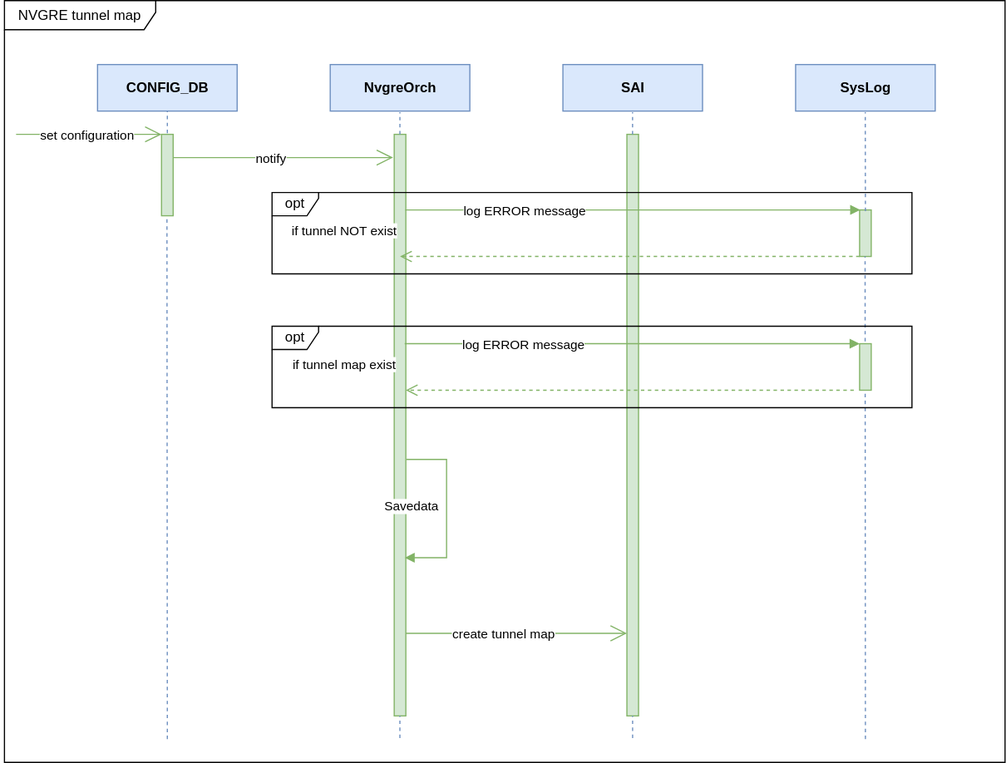
Earlier version of the draw.io export doc/nvgre_tunnel/images/nvgre_tunnel_map_create_uml.svg (sonic-net/SONiC). Source tidied: cells renumbered, new cells last; positions are measured from the earlier drawing's top-left corner, leaving out a move shared by most shapes.
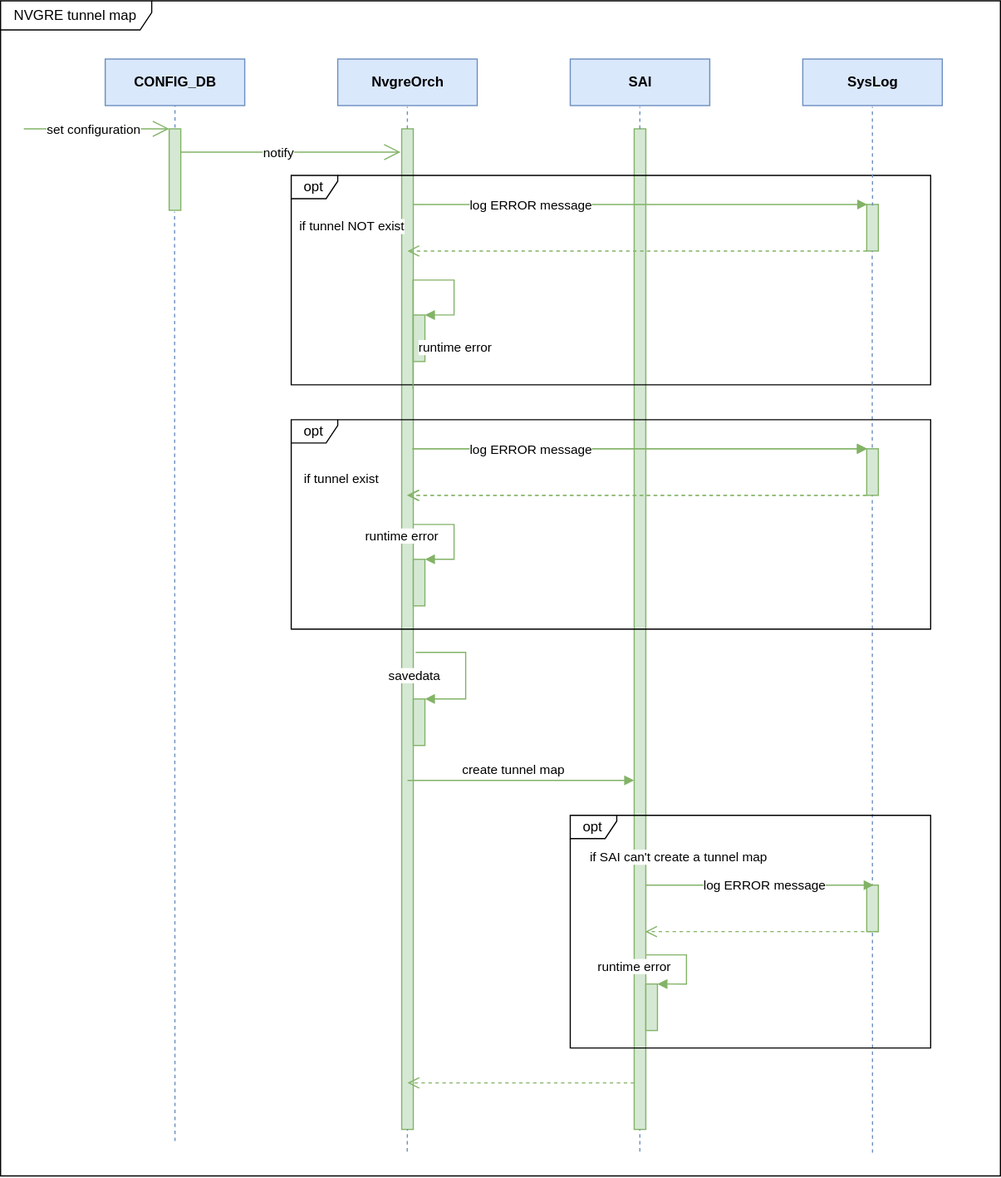
Above is the later version.

What changed in the source:
```diff
@@ -26,19 +26,8 @@
       </mxGeometry>
     </mxCell>
     <mxCell id="8" style="html=1;points=[];perimeter=orthogonalPerimeter;fillColor=#d5e8d4;strokeColor=#82b366;" parent="1" vertex="1">
-      <mxGeometry x="335" y="115" width="10" height="500" as="geometry" />
+      <mxGeometry x="335" y="115" width="10" height="860" as="geometry" />
     </mxCell>
-    <mxCell id="9" value="Savedata" style="edgeStyle=orthogonalEdgeStyle;html=1;align=left;spacingLeft=2;endArrow=block;rounded=0;shadow=0;fillColor=#d5e8d4;strokeColor=#82b366;exitX=1.056;exitY=0.559;exitDx=0;exitDy=0;exitPerimeter=0;" parent="1" edge="1" source="8">
-      <mxGeometry x="-0.97" y="-47" relative="1" as="geometry">
-        <mxPoint x="344" y="479" as="targetPoint" />
-        <Array as="points">
-          <mxPoint x="380" y="395" />
-          <mxPoint x="380" y="479" />
-          <mxPoint x="344" y="479" />
-        </Array>
-        <mxPoint x="-25" y="-7" as="offset" />
-      </mxGeometry>
-    </mxCell>
     <mxCell id="10" style="endArrow=open;endFill=1;endSize=12;html=1;fillColor=#d5e8d4;strokeColor=#82b366;" parent="1" edge="1">
       <mxGeometry relative="1" as="geometry">
         <mxPoint x="145" y="135" as="sourcePoint" />
@@ -51,21 +40,10 @@
       </mxGeometry>
     </mxCell>
     <mxCell id="12" style="html=1;perimeter=orthogonalPerimeter;fillColor=#d5e8d4;strokeColor=#82b366;" parent="1" vertex="1">
-      <mxGeometry x="535" y="115" width="10" height="500" as="geometry" />
+      <mxGeometry x="535" y="115" width="10" height="860" as="geometry" />
     </mxCell>
-    <mxCell id="13" style="endArrow=open;endFill=1;endSize=12;html=1;fillColor=#d5e8d4;strokeColor=#82b366;" parent="1" edge="1">
-      <mxGeometry relative="1" as="geometry">
-        <mxPoint x="345" y="544" as="sourcePoint" />
-        <mxPoint x="535" y="544" as="targetPoint" />
-      </mxGeometry>
-    </mxCell>
-    <mxCell id="14" value="create tunnel map" style="edgeLabel;html=1;align=center;verticalAlign=middle;" parent="13" vertex="1">
-      <mxGeometry x="-0.28" y="3" relative="1" as="geometry">
-        <mxPoint x="15" y="3" as="offset" />
-      </mxGeometry>
-    </mxCell>
     <mxCell id="15" value="opt" style="shape=umlFrame;whiteSpace=wrap;html=1;width=40;height=20;fillColor=#FFFFFF;" parent="1" vertex="1">
-      <mxGeometry x="230" y="165" width="550" height="70" as="geometry" />
+      <mxGeometry x="240" y="155" width="550" height="180" as="geometry" />
     </mxCell>
     <mxCell id="16" value="if tunnel NOT exist" style="edgeLabel;html=1;align=center;verticalAlign=middle;" parent="1" vertex="1">
       <mxGeometry x="290" y="200" as="geometry">
@@ -119,55 +97,164 @@
     </mxCell>
     <mxCell id="25" style="endArrow=none;dashed=1;html=1;shadow=0;fillColor=#dae8fc;strokeColor=#6c8ebf;" parent="1" edge="1">
       <mxGeometry relative="1" as="geometry">
-        <mxPoint x="740" y="635" as="sourcePoint" />
+        <mxPoint x="740" y="995" as="sourcePoint" />
         <mxPoint x="739.7" y="220" as="targetPoint" />
       </mxGeometry>
     </mxCell>
     <mxCell id="26" style="endArrow=none;dashed=1;html=1;shadow=0;fillColor=#dae8fc;strokeColor=#6c8ebf;entryX=0.467;entryY=1.018;entryDx=0;entryDy=0;entryPerimeter=0;" parent="1" edge="1" target="5">
       <mxGeometry relative="1" as="geometry">
-        <mxPoint x="140" y="635" as="sourcePoint" />
+        <mxPoint x="140" y="985" as="sourcePoint" />
       </mxGeometry>
     </mxCell>
-    <mxCell id="27" style="html=1;perimeter=orthogonalPerimeter;fillColor=#d5e8d4;strokeColor=#82b366;" parent="1" vertex="1">
-      <mxGeometry x="735" y="295" width="10" height="40" as="geometry" />
-    </mxCell>
-    <mxCell id="28" value="log ERROR message" style="edgeStyle=orthogonalEdgeStyle;html=1;align=left;spacingLeft=2;endArrow=block;rounded=0;shadow=0;fillColor=#d5e8d4;strokeColor=#82b366;" parent="1" edge="1">
-      <mxGeometry x="-0.77" y="-1" relative="1" as="geometry">
-        <mxPoint x="344" y="295" as="sourcePoint" />
-        <mxPoint x="735" y="295" as="targetPoint" />
-        <Array as="points">
-          <mxPoint x="344" y="295" />
-        </Array>
-      </mxGeometry>
-    </mxCell>
-    <mxCell id="29" style="html=1;verticalAlign=bottom;endArrow=open;dashed=1;endSize=8;shadow=0;fillColor=#d5e8d4;strokeColor=#82b366;" parent="1" edge="1">
-      <mxGeometry relative="1" as="geometry">
-        <mxPoint x="730" y="335" as="sourcePoint" />
-        <mxPoint x="345" y="335" as="targetPoint" />
-      </mxGeometry>
-    </mxCell>
-    <mxCell id="30" value="opt" style="shape=umlFrame;whiteSpace=wrap;html=1;width=40;height=20;fillColor=#FFFFFF;" parent="1" vertex="1">
-      <mxGeometry x="230" y="280" width="550" height="70" as="geometry" />
-    </mxCell>
-    <mxCell id="31" value="if tunnel map exist" style="edgeLabel;html=1;align=center;verticalAlign=middle;" parent="1" vertex="1">
-      <mxGeometry x="290" y="315" as="geometry">
-        <mxPoint x="1" y="-2" as="offset" />
-      </mxGeometry>
-    </mxCell>
     <mxCell id="32" style="endArrow=none;dashed=1;html=1;shadow=0;fillColor=#dae8fc;strokeColor=#6c8ebf;" parent="1" edge="1">
       <mxGeometry relative="1" as="geometry">
-        <mxPoint x="339.9" y="634" as="sourcePoint" />
-        <mxPoint x="339.9" y="615" as="targetPoint" />
+        <mxPoint x="339.8" y="994" as="sourcePoint" />
+        <mxPoint x="339.8" y="975" as="targetPoint" />
+        <Array as="points">
+          <mxPoint x="339.9" y="975" />
+        </Array>
       </mxGeometry>
     </mxCell>
     <mxCell id="33" style="endArrow=none;dashed=1;html=1;shadow=0;fillColor=#dae8fc;strokeColor=#6c8ebf;" parent="1" edge="1">
       <mxGeometry relative="1" as="geometry">
-        <mxPoint x="539.9" y="634" as="sourcePoint" />
-        <mxPoint x="539.9" y="615" as="targetPoint" />
+        <mxPoint x="539.9" y="994" as="sourcePoint" />
+        <mxPoint x="539.9" y="975" as="targetPoint" />
       </mxGeometry>
     </mxCell>
     <mxCell id="34" value="NVGRE tunnel map" style="shape=umlFrame;whiteSpace=wrap;html=1;fillColor=#FFFFFF;width=130;height=25;" parent="1" vertex="1">
-      <mxGeometry width="860" height="655" as="geometry" />
+      <mxGeometry x="-10" y="5" width="860" height="1010" as="geometry" />
     </mxCell>
+    <mxCell id="35" style="html=1;points=[];perimeter=orthogonalPerimeter;fillColor=#d5e8d4;strokeColor=#82b366;" parent="1" vertex="1">
+      <mxGeometry x="345" y="275" width="10" height="40" as="geometry" />
+    </mxCell>
+    <mxCell id="36" value="runtime error" style="edgeStyle=orthogonalEdgeStyle;html=1;align=left;spacingLeft=2;endArrow=block;rounded=0;entryX=1;entryY=0;exitX=0.981;exitY=0.26;exitDx=0;exitDy=0;exitPerimeter=0;fillColor=#d5e8d4;strokeColor=#82b366;" parent="1" edge="1" source="8" target="35">
+      <mxGeometry x="-1" y="-46" relative="1" as="geometry">
+        <Array as="points">
+          <mxPoint x="380" y="245" />
+          <mxPoint x="380" y="275" />
+        </Array>
+        <mxPoint x="-45" y="-36" as="offset" />
+      </mxGeometry>
+    </mxCell>
+    <mxCell id="37" value="opt" style="shape=umlFrame;whiteSpace=wrap;html=1;width=40;height=20;fillColor=#FFFFFF;" parent="1" vertex="1">
+      <mxGeometry x="240" y="365" width="550" height="180" as="geometry" />
+    </mxCell>
+    <mxCell id="38" style="html=1;perimeter=orthogonalPerimeter;fillColor=#d5e8d4;strokeColor=#82b366;" parent="1" vertex="1">
+      <mxGeometry x="735" y="390" width="10" height="40" as="geometry" />
+    </mxCell>
+    <mxCell id="39" value="log ERROR message" style="edgeStyle=orthogonalEdgeStyle;html=1;align=left;spacingLeft=2;endArrow=block;rounded=0;shadow=0;fillColor=#d5e8d4;strokeColor=#82b366;" parent="1" edge="1">
+      <mxGeometry x="-0.77" y="-1" relative="1" as="geometry">
+        <mxPoint x="344.5" y="390" as="sourcePoint" />
+        <mxPoint x="735.5" y="390" as="targetPoint" />
+        <Array as="points">
+          <mxPoint x="344.5" y="390" />
+        </Array>
+      </mxGeometry>
+    </mxCell>
+    <mxCell id="40" style="html=1;verticalAlign=bottom;endArrow=open;dashed=1;endSize=8;shadow=0;fillColor=#d5e8d4;strokeColor=#82b366;" parent="1" edge="1">
+      <mxGeometry relative="1" as="geometry">
+        <mxPoint x="735" y="430" as="sourcePoint" />
+        <mxPoint x="340" y="430" as="targetPoint" />
+      </mxGeometry>
+    </mxCell>
+    <mxCell id="41" style="html=1;points=[];perimeter=orthogonalPerimeter;fillColor=#d5e8d4;strokeColor=#82b366;" parent="1" vertex="1">
+      <mxGeometry x="345" y="485" width="10" height="40" as="geometry" />
+    </mxCell>
+    <mxCell id="42" value="runtime error" style="edgeStyle=orthogonalEdgeStyle;html=1;align=left;spacingLeft=2;endArrow=block;rounded=0;entryX=1;entryY=0;exitX=0.981;exitY=0.26;exitDx=0;exitDy=0;exitPerimeter=0;fillColor=#d5e8d4;strokeColor=#82b366;" parent="1" edge="1" target="41">
+      <mxGeometry x="-1" y="-46" relative="1" as="geometry">
+        <mxPoint x="344.8" y="455" as="sourcePoint" />
+        <Array as="points">
+          <mxPoint x="380" y="455" />
+          <mxPoint x="380" y="485" />
+        </Array>
+        <mxPoint x="-45" y="-36" as="offset" />
+      </mxGeometry>
+    </mxCell>
+    <mxCell id="43" value="if tunnel exist" style="edgeLabel;html=1;align=center;verticalAlign=middle;" parent="1" vertex="1">
+      <mxGeometry x="330" y="200" as="geometry">
+        <mxPoint x="-48" y="215" as="offset" />
+      </mxGeometry>
+    </mxCell>
+    <mxCell id="44" style="html=1;points=[];perimeter=orthogonalPerimeter;fillColor=#d5e8d4;strokeColor=#82b366;" parent="1" vertex="1">
+      <mxGeometry x="345" y="605" width="10" height="40" as="geometry" />
+    </mxCell>
+    <mxCell id="45" value="savedata" style="edgeStyle=orthogonalEdgeStyle;html=1;align=left;spacingLeft=2;endArrow=block;rounded=0;entryX=1;entryY=0;fillColor=#d5e8d4;strokeColor=#82b366;" parent="1" edge="1" target="44">
+      <mxGeometry x="-1" y="-34" relative="1" as="geometry">
+        <mxPoint x="347" y="565" as="sourcePoint" />
+        <Array as="points">
+          <mxPoint x="347" y="565" />
+          <mxPoint x="390" y="565" />
+          <mxPoint x="390" y="605" />
+        </Array>
+        <mxPoint x="-27" y="-14" as="offset" />
+      </mxGeometry>
+    </mxCell>
+    <mxCell id="14" value="create tunnel map" style="html=1;verticalAlign=bottom;endArrow=block;fillColor=#d5e8d4;strokeColor=#82b366;" parent="1" edge="1">
+      <mxGeometry x="-0.08" relative="1" as="geometry">
+        <mxPoint x="340" y="675" as="sourcePoint" />
+        <mxPoint x="535" y="675" as="targetPoint" />
+      </mxGeometry>
+    </mxCell>
+    <mxCell id="46" style="html=1;verticalAlign=bottom;endArrow=open;dashed=1;endSize=8;fillColor=#d5e8d4;strokeColor=#82b366;" parent="1" edge="1">
+      <mxGeometry relative="1" as="geometry">
+        <mxPoint x="535" y="935" as="sourcePoint" />
+        <mxPoint x="340" y="935" as="targetPoint" />
+      </mxGeometry>
+    </mxCell>
+    <mxCell id="47" value="log ERROR message" style="edgeStyle=orthogonalEdgeStyle;html=1;align=left;spacingLeft=2;endArrow=block;rounded=0;shadow=0;fillColor=#d5e8d4;strokeColor=#82b366;" parent="1" edge="1">
+      <mxGeometry x="-0.77" y="-1" relative="1" as="geometry">
+        <mxPoint x="344" y="390" as="sourcePoint" />
+        <mxPoint x="735" y="390" as="targetPoint" />
+        <Array as="points">
+          <mxPoint x="344" y="390" />
+        </Array>
+      </mxGeometry>
+    </mxCell>
+    <mxCell id="48" style="html=1;verticalAlign=bottom;endArrow=open;dashed=1;endSize=8;shadow=0;fillColor=#d5e8d4;strokeColor=#82b366;" parent="1" edge="1">
+      <mxGeometry relative="1" as="geometry">
+        <mxPoint x="734.5" y="430" as="sourcePoint" />
+        <mxPoint x="339.5" y="430" as="targetPoint" />
+      </mxGeometry>
+    </mxCell>
+    <mxCell id="49" value="opt" style="shape=umlFrame;whiteSpace=wrap;html=1;width=40;height=20;fillColor=#FFFFFF;" parent="1" vertex="1">
+      <mxGeometry x="480" y="705" width="310" height="200" as="geometry" />
+    </mxCell>
+    <mxCell id="50" style="html=1;perimeter=orthogonalPerimeter;fillColor=#d5e8d4;strokeColor=#82b366;" parent="1" vertex="1">
+      <mxGeometry x="735" y="765" width="10" height="40" as="geometry" />
+    </mxCell>
+    <mxCell id="51" style="html=1;points=[];perimeter=orthogonalPerimeter;fillColor=#d5e8d4;strokeColor=#82b366;" parent="1" vertex="1">
+      <mxGeometry x="545" y="850" width="10" height="40" as="geometry" />
+    </mxCell>
+    <mxCell id="52" value="runtime error" style="edgeStyle=orthogonalEdgeStyle;html=1;align=left;spacingLeft=2;endArrow=block;rounded=0;entryX=1;entryY=0;fillColor=#d5e8d4;strokeColor=#82b366;" parent="1" edge="1" target="51">
+      <mxGeometry x="-1" y="-46" relative="1" as="geometry">
+        <mxPoint x="545" y="825" as="sourcePoint" />
+        <Array as="points">
+          <mxPoint x="545" y="825" />
+          <mxPoint x="580" y="825" />
+          <mxPoint x="580" y="850" />
+        </Array>
+        <mxPoint x="-45" y="-36" as="offset" />
+      </mxGeometry>
+    </mxCell>
+    <mxCell id="53" value="log ERROR message" style="edgeStyle=orthogonalEdgeStyle;html=1;align=left;spacingLeft=2;endArrow=block;rounded=0;shadow=0;fillColor=#d5e8d4;strokeColor=#82b366;" parent="1" edge="1">
+      <mxGeometry x="-0.53" relative="1" as="geometry">
+        <mxPoint x="545" y="765" as="sourcePoint" />
+        <mxPoint x="741" y="765" as="targetPoint" />
+        <Array as="points">
+          <mxPoint x="545" y="765" />
+        </Array>
+      </mxGeometry>
+    </mxCell>
+    <mxCell id="54" style="html=1;verticalAlign=bottom;endArrow=open;dashed=1;endSize=8;shadow=0;fillColor=#d5e8d4;strokeColor=#82b366;" parent="1" edge="1">
+      <mxGeometry relative="1" as="geometry">
+        <mxPoint x="745" y="805" as="sourcePoint" />
+        <mxPoint x="544.5" y="805" as="targetPoint" />
+      </mxGeometry>
+    </mxCell>
+    <mxCell id="55" value="if SAI can't create a tunnel map" style="edgeLabel;html=1;align=center;verticalAlign=middle;" parent="1" vertex="1">
+      <mxGeometry x="620" y="525" as="geometry">
+        <mxPoint x="-48" y="215" as="offset" />
+      </mxGeometry>
+    </mxCell>
   </root>
 </mxGraphModel>
```
